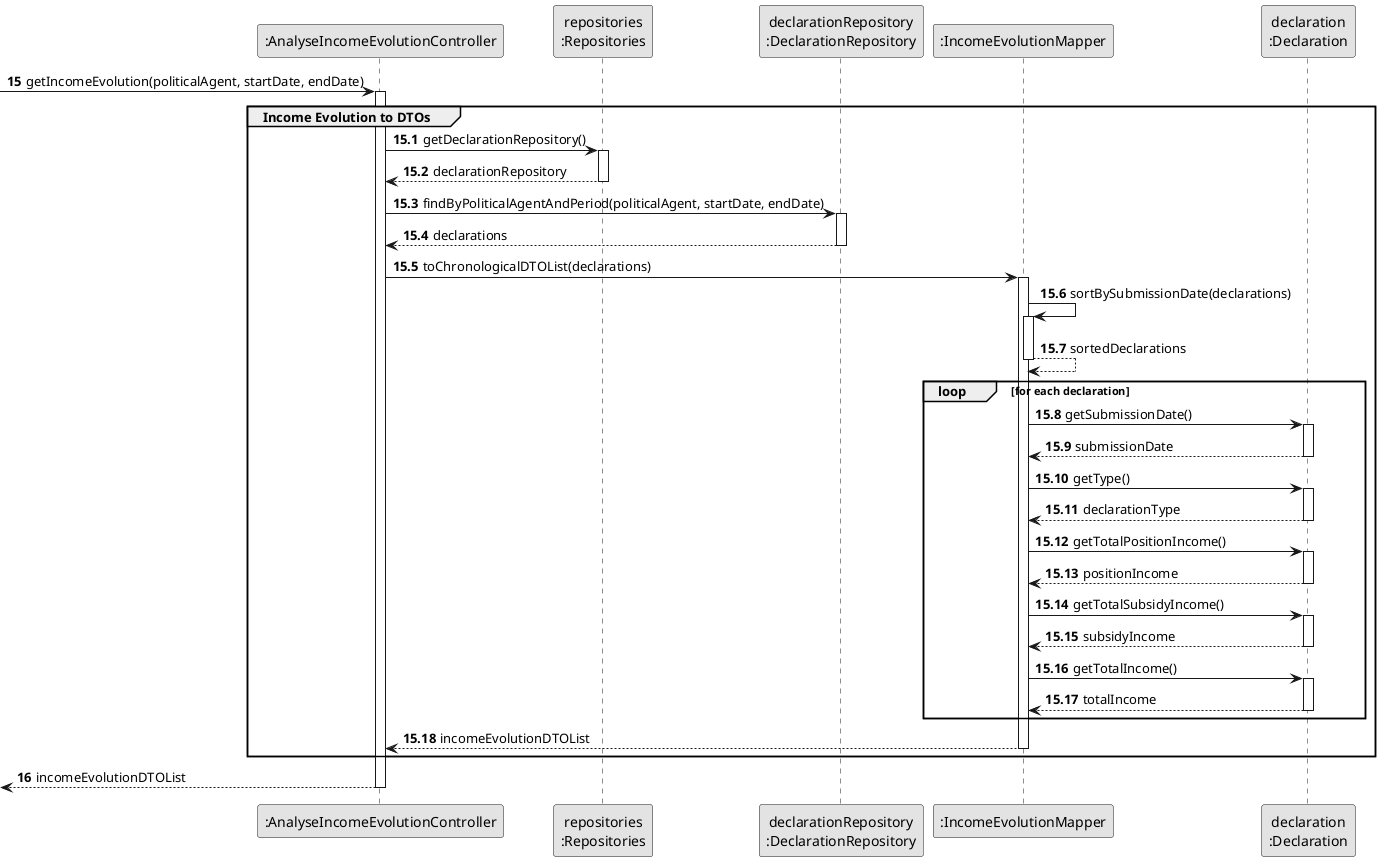
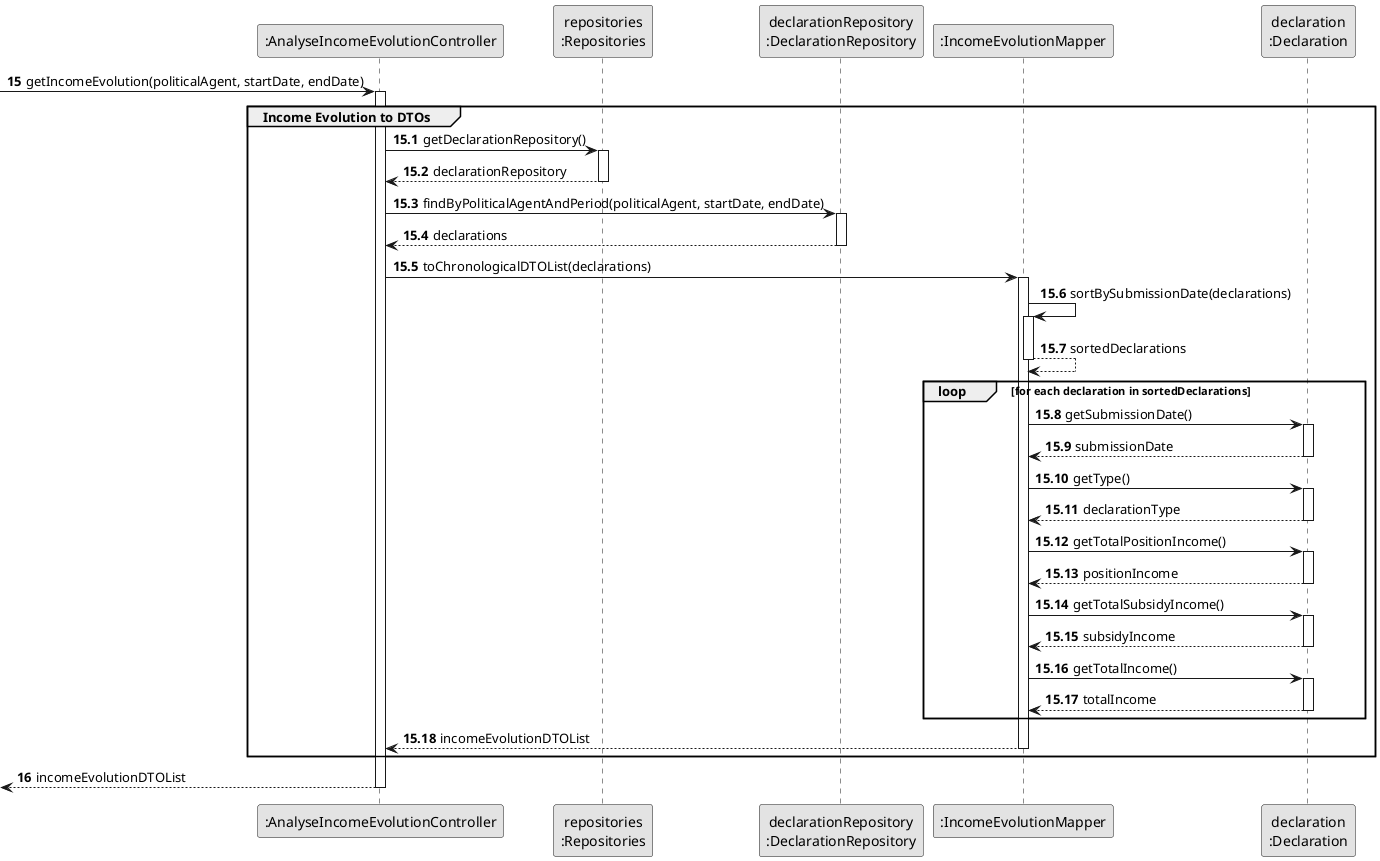
@startuml US010-SD-partial-income-evolution-to-dtos
skinparam monochrome true
skinparam packageStyle rectangle
skinparam shadowing false

participant ":AnalyseIncomeEvolutionController" as CTRL
participant "repositories\n:Repositories" as REPOS_SINGLETON
participant "declarationRepository\n:DeclarationRepository" as DECL_REPO
participant ":IncomeEvolutionMapper" as INC_MAPPER
participant "declaration\n:Declaration" as DECL

autonumber 15
-> CTRL : getIncomeEvolution(politicalAgent, startDate, endDate)

autonumber 15.1
activate CTRL

    group Income Evolution to DTOs

        CTRL -> REPOS_SINGLETON : getDeclarationRepository()
        activate REPOS_SINGLETON
            REPOS_SINGLETON --> CTRL : declarationRepository
        deactivate REPOS_SINGLETON

        CTRL -> DECL_REPO : findByPoliticalAgentAndPeriod(politicalAgent, startDate, endDate)
        activate DECL_REPO
            DECL_REPO --> CTRL : declarations
        deactivate DECL_REPO

        CTRL -> INC_MAPPER : toChronologicalDTOList(declarations)
        activate INC_MAPPER

            INC_MAPPER -> INC_MAPPER : sortBySubmissionDate(declarations)
            activate INC_MAPPER
                INC_MAPPER --> INC_MAPPER : sortedDeclarations
            deactivate INC_MAPPER

-             loop for each declaration
+             loop for each declaration in sortedDeclarations
                INC_MAPPER -> DECL : getSubmissionDate()
                activate DECL
                    DECL --> INC_MAPPER : submissionDate
                deactivate DECL

                INC_MAPPER -> DECL : getType()
                activate DECL
                    DECL --> INC_MAPPER : declarationType
                deactivate DECL

                INC_MAPPER -> DECL : getTotalPositionIncome()
                activate DECL
                    DECL --> INC_MAPPER : positionIncome
                deactivate DECL

                INC_MAPPER -> DECL : getTotalSubsidyIncome()
                activate DECL
                    DECL --> INC_MAPPER : subsidyIncome
                deactivate DECL

                INC_MAPPER -> DECL : getTotalIncome()
                activate DECL
                    DECL --> INC_MAPPER : totalIncome
                deactivate DECL
            end

            INC_MAPPER --> CTRL : incomeEvolutionDTOList
        deactivate INC_MAPPER

    end

    autonumber 16
    <-- CTRL : incomeEvolutionDTOList

deactivate CTRL

- @enduml+ @enduml
